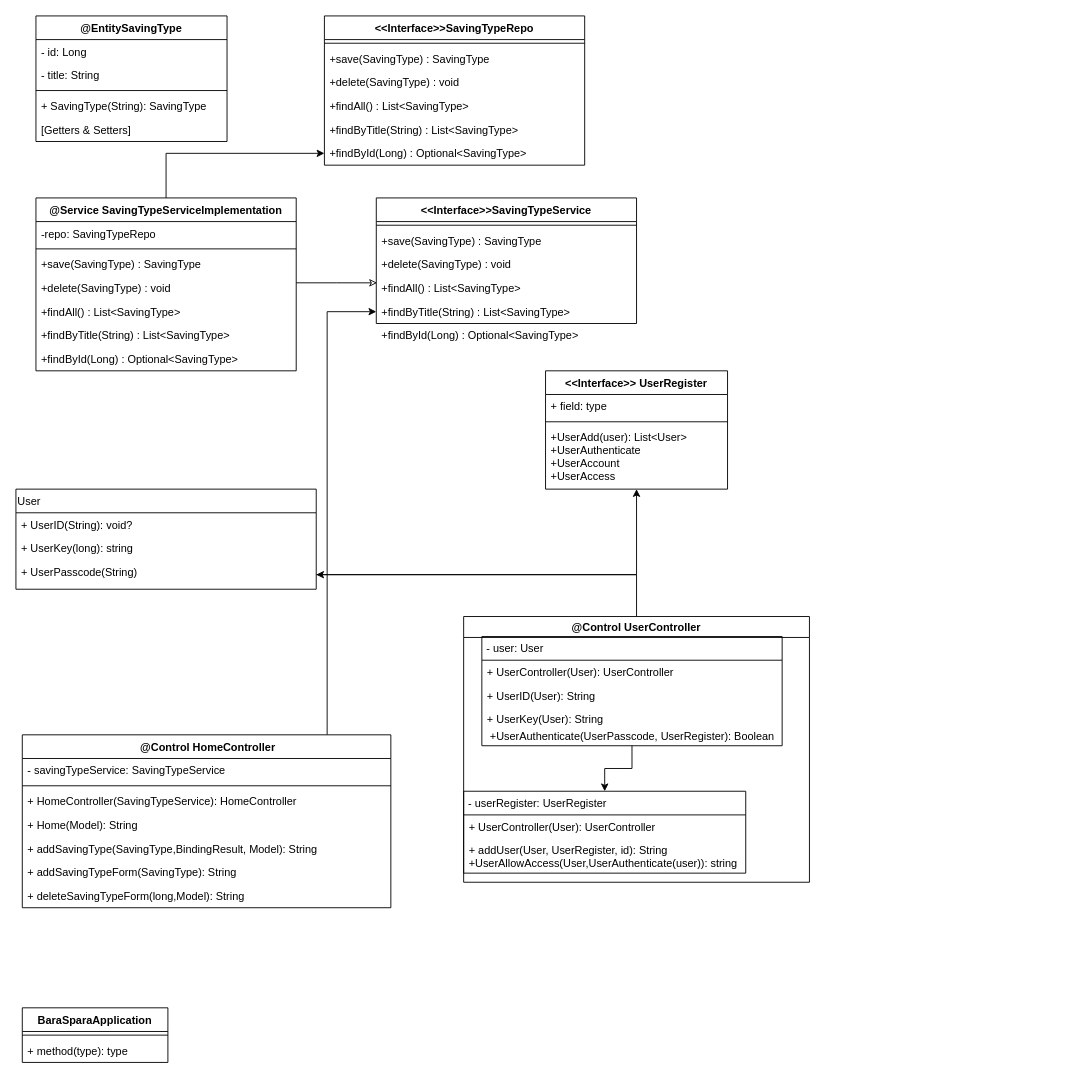
This is UMLClassDiagram.drawio from THWinther/HugbunadarVerkfni1-Hopur27-BaraSpara, a draw.io file, before an edit. Source tidied: cells renumbered, new cells numbered last; positions are measured from the earlier drawing's top-left corner, leaving out a move shared by most shapes. Both pictures are drawn from the tidied source at 91%, with x=0, y=0 at pixel (15, 15).
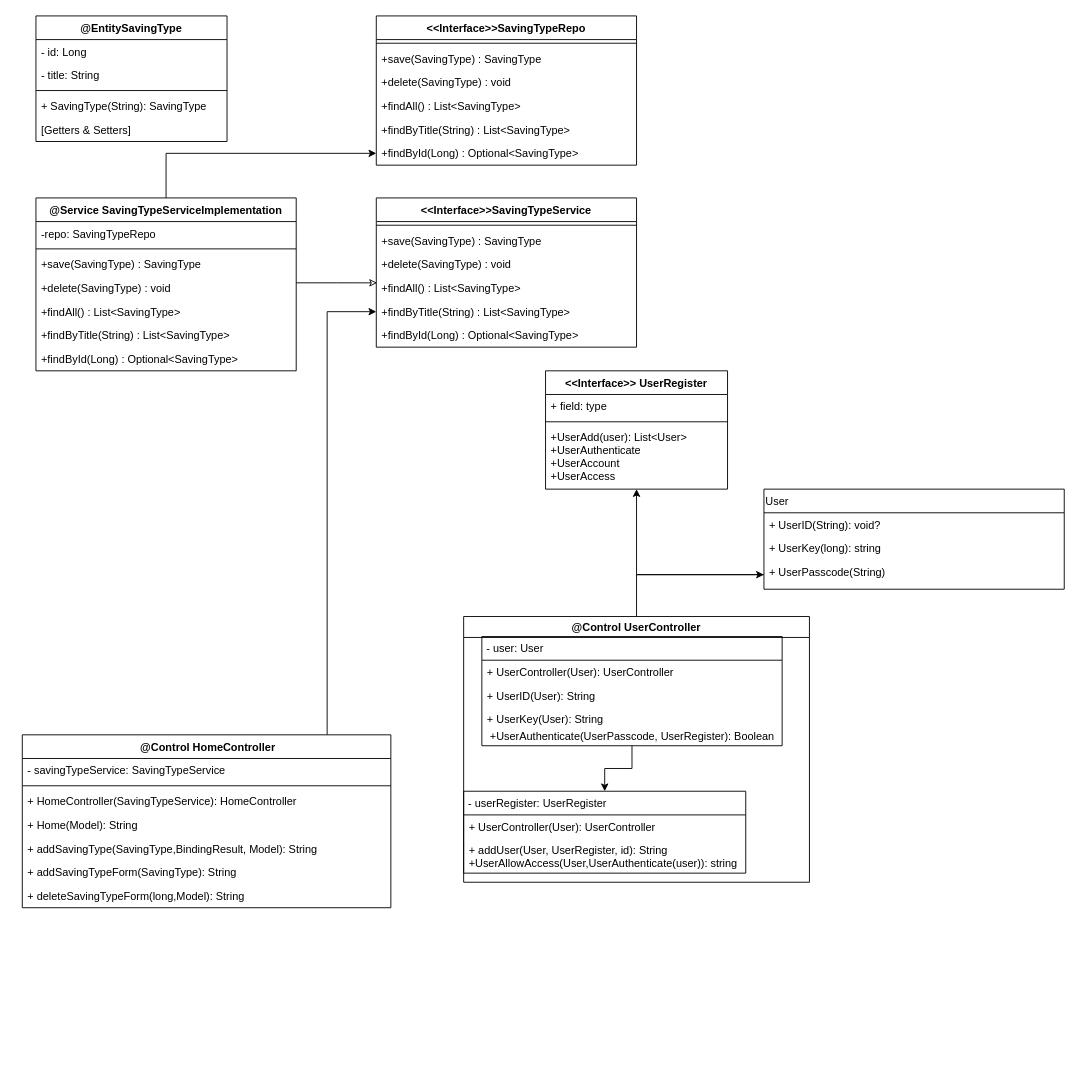
The same diagram, later.

Commit message:
meira look

Change to the diagram source:
```diff
@@
     <mxCell id="11" value="&lt;&lt;Interface&gt;&gt;SavingTypeRepo" style="swimlane;fontStyle=1;align=center;verticalAlign=top;horizontal=1;startSize=26;" parent="1" vertex="1">
-      <mxGeometry x="339" width="286" height="164" as="geometry" />
+      <mxGeometry x="396" width="286" height="164" as="geometry" />
     </mxCell>
@@
     <mxCell id="28" value="&lt;&lt;Interface&gt;&gt;SavingTypeService" style="swimlane;fontStyle=1;align=center;verticalAlign=top;horizontal=1;startSize=26;" parent="1" vertex="1">
-      <mxGeometry x="396" y="200" width="286" height="138" as="geometry" />
+      <mxGeometry x="396" y="200" width="286" height="164" as="geometry" />
     </mxCell>
@@
+    <mxCell id="63" value="+findById(Long) : Optional&lt;SavingType&gt;" style="text;strokeColor=none;fillColor=none;align=left;verticalAlign=top;spacingLeft=4;spacingRight=4;overflow=hidden;" parent="28" vertex="1">
+      <mxGeometry y="138" width="286" height="26" as="geometry" />
+    </mxCell>
@@
     <mxCell id="44" value="User" style="swimlane;fontStyle=0;horizontal=1;startSize=26;fillColor=none;align=left;" parent="1" vertex="1">
-      <mxGeometry y="520" width="330" height="110" as="geometry" />
+      <mxGeometry x="822" y="520" width="330" height="110" as="geometry" />
     </mxCell>
@@
-    <mxCell id="48" value="BaraSparaApplication" style="swimlane;fontStyle=1;align=center;verticalAlign=top;horizontal=1;startSize=26;" parent="1" vertex="1">
-      <mxGeometry x="7" y="1090" width="160" height="60" as="geometry" />
-    </mxCell>
-    <mxCell id="49" style="line;strokeWidth=1;fillColor=none;align=left;verticalAlign=middle;spacingTop=-1;spacingLeft=3;spacingRight=3;labelPosition=right;" parent="48" vertex="1">
-      <mxGeometry y="26" width="160" height="8" as="geometry" />
-    </mxCell>
-    <mxCell id="50" value="+ method(type): type" style="text;strokeColor=none;fillColor=none;align=left;verticalAlign=top;spacingLeft=4;spacingRight=4;overflow=hidden;" parent="48" vertex="1">
-      <mxGeometry y="34" width="160" height="26" as="geometry" />
-    </mxCell>
@@
-    <mxCell id="63" value="+findById(Long) : Optional&lt;SavingType&gt;" style="text;strokeColor=none;fillColor=none;align=left;verticalAlign=top;spacingLeft=4;spacingRight=4;overflow=hidden;" parent="1" vertex="1">
-      <mxGeometry x="396" y="338" width="286" height="26" as="geometry" />
-    </mxCell>
```
